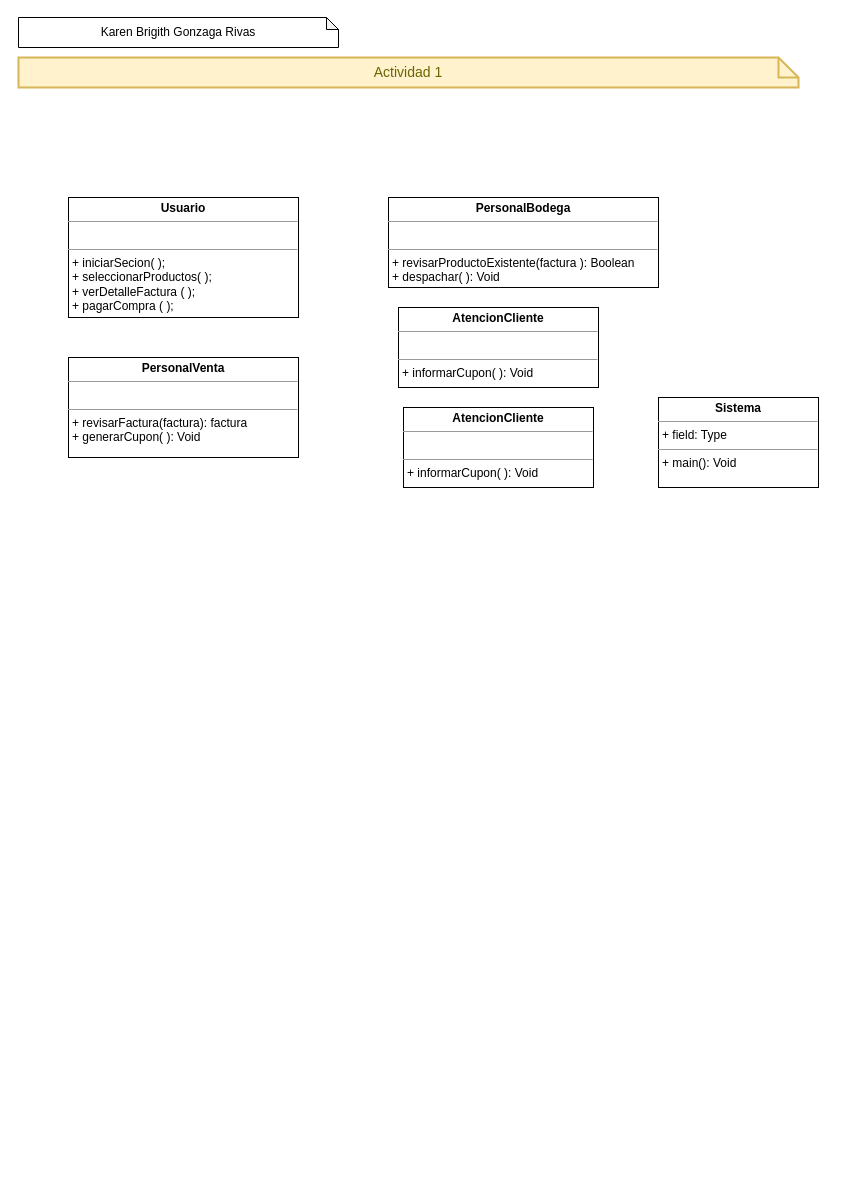
Before: CICLO 3/Diagrama de clases/EvaluacionPractica1/EvaluacionPractica1.drawio in KBGR55/DIAGRAMAS, a draw.io diagram. Source tidied: cells renumbered, new cells numbered last; positions are measured from the earlier drawing's top-left corner, leaving out a move shared by most shapes. Both pictures are drawn from the tidied source at 100%, with x=0, y=0 at pixel (18, 17).
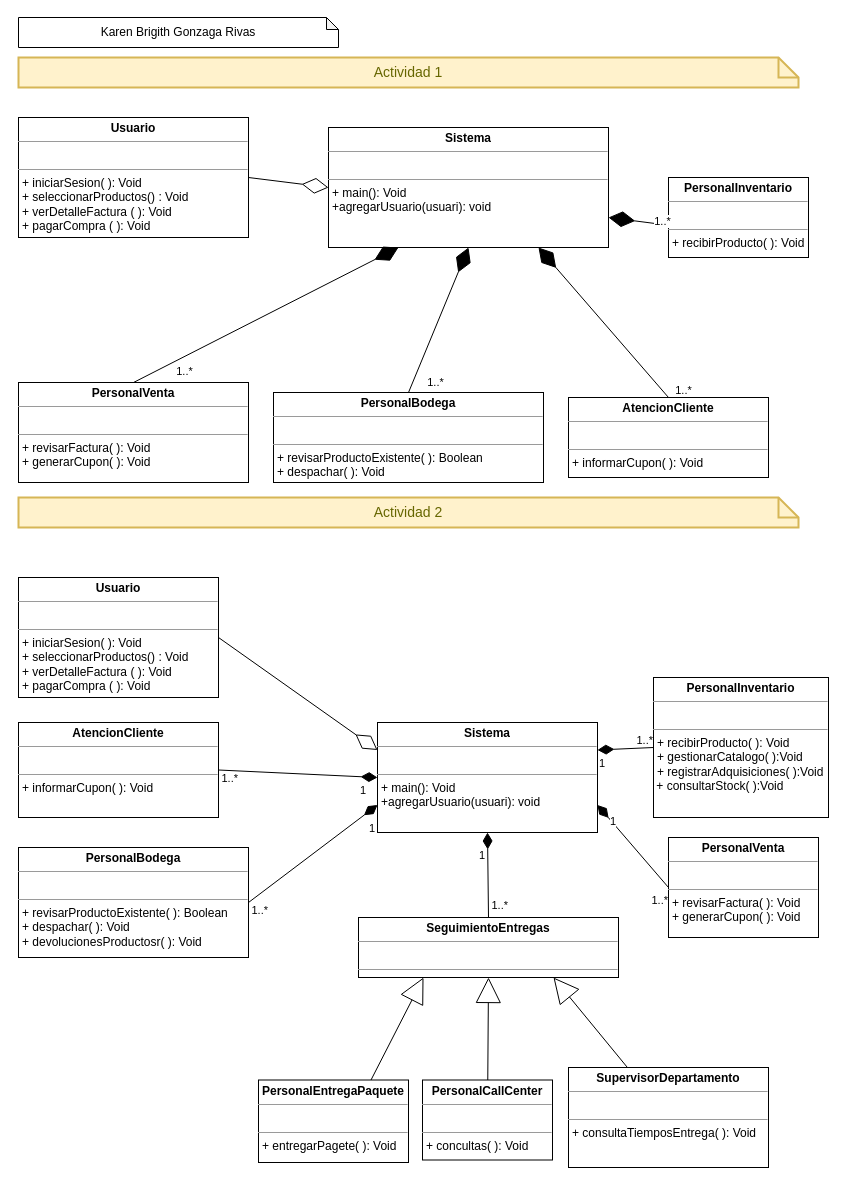
After the change.

The edit, as a diff of the source:
```diff
@@
-    <mxCell id="4" value="&lt;p style=&quot;margin:0px;margin-top:4px;text-align:center;&quot;&gt;&lt;b&gt;Usuario&lt;/b&gt;&lt;/p&gt;&lt;hr size=&quot;1&quot;&gt;&lt;p style=&quot;margin:0px;margin-left:4px;&quot;&gt;&lt;br&gt;&lt;/p&gt;&lt;hr size=&quot;1&quot;&gt;&lt;p style=&quot;margin:0px;margin-left:4px;&quot;&gt;+ iniciarSecion( );&lt;br&gt;+ seleccionarProductos( );&lt;/p&gt;&lt;p style=&quot;margin:0px;margin-left:4px;&quot;&gt;+ verDetalleFactura ( );&lt;/p&gt;&lt;p style=&quot;margin:0px;margin-left:4px;&quot;&gt;+ pagarCompra ( );&lt;/p&gt;&lt;p style=&quot;margin:0px;margin-left:4px;&quot;&gt;&lt;br&gt;&lt;/p&gt;" style="verticalAlign=top;align=left;overflow=fill;fontSize=12;fontFamily=Helvetica;html=1;" parent="1" vertex="1">
-      <mxGeometry x="50" y="180" width="230" height="120" as="geometry" />
+    <mxCell id="4" value="&lt;p style=&quot;margin:0px;margin-top:4px;text-align:center;&quot;&gt;&lt;b&gt;Usuario&lt;/b&gt;&lt;/p&gt;&lt;hr size=&quot;1&quot;&gt;&lt;p style=&quot;margin:0px;margin-left:4px;&quot;&gt;&lt;br&gt;&lt;/p&gt;&lt;hr size=&quot;1&quot;&gt;&lt;p style=&quot;margin:0px;margin-left:4px;&quot;&gt;+ iniciarSesion( ): Void&lt;br&gt;+ seleccionarProductos() : Void&lt;/p&gt;&lt;p style=&quot;margin:0px;margin-left:4px;&quot;&gt;&lt;/p&gt;&lt;p style=&quot;margin:0px;margin-left:4px;&quot;&gt;+ verDetalleFactura ( ): Void&lt;/p&gt;&lt;p style=&quot;margin:0px;margin-left:4px;&quot;&gt;+ pagarCompra ( ): Void&lt;/p&gt;" style="verticalAlign=top;align=left;overflow=fill;fontSize=12;fontFamily=Helvetica;html=1;" parent="1" vertex="1">
+      <mxGeometry y="100" width="230" height="120" as="geometry" />
     </mxCell>
-    <mxCell id="5" value="&lt;p style=&quot;margin:0px;margin-top:4px;text-align:center;&quot;&gt;&lt;b&gt;PersonalVenta&lt;/b&gt;&lt;/p&gt;&lt;hr size=&quot;1&quot;&gt;&lt;p style=&quot;margin:0px;margin-left:4px;&quot;&gt;&lt;br&gt;&lt;/p&gt;&lt;hr size=&quot;1&quot;&gt;&lt;p style=&quot;margin:0px;margin-left:4px;&quot;&gt;+ revisarFactura(factura): factura&lt;br&gt;+ generarCupon( ): Void&lt;/p&gt;" style="verticalAlign=top;align=left;overflow=fill;fontSize=12;fontFamily=Helvetica;html=1;" parent="1" vertex="1">
-      <mxGeometry x="50" y="340" width="230" height="100" as="geometry" />
+    <mxCell id="5" value="&lt;p style=&quot;margin:0px;margin-top:4px;text-align:center;&quot;&gt;&lt;b&gt;PersonalVenta&lt;/b&gt;&lt;/p&gt;&lt;hr size=&quot;1&quot;&gt;&lt;p style=&quot;margin:0px;margin-left:4px;&quot;&gt;&lt;br&gt;&lt;/p&gt;&lt;hr size=&quot;1&quot;&gt;&lt;p style=&quot;margin:0px;margin-left:4px;&quot;&gt;+ revisarFactura( ): Void&lt;br&gt;+ generarCupon( ): Void&lt;/p&gt;" style="verticalAlign=top;align=left;overflow=fill;fontSize=12;fontFamily=Helvetica;html=1;" parent="1" vertex="1">
+      <mxGeometry y="365" width="230" height="100" as="geometry" />
     </mxCell>
     <mxCell id="6" value="&lt;p style=&quot;margin:0px;margin-top:4px;text-align:center;&quot;&gt;&lt;b&gt;AtencionCliente&lt;/b&gt;&lt;/p&gt;&lt;hr size=&quot;1&quot;&gt;&lt;p style=&quot;margin:0px;margin-left:4px;&quot;&gt;&lt;br&gt;&lt;/p&gt;&lt;hr size=&quot;1&quot;&gt;&lt;p style=&quot;margin:0px;margin-left:4px;&quot;&gt;+ informarCupon( ): Void&lt;/p&gt;" style="verticalAlign=top;align=left;overflow=fill;fontSize=12;fontFamily=Helvetica;html=1;" parent="1" vertex="1">
-      <mxGeometry x="380" y="290" width="200" height="80" as="geometry" />
+      <mxGeometry x="550" y="380" width="200" height="80" as="geometry" />
     </mxCell>
-    <mxCell id="7" value="&lt;p style=&quot;margin:0px;margin-top:4px;text-align:center;&quot;&gt;&lt;b&gt;PersonalBodega&lt;/b&gt;&lt;/p&gt;&lt;hr size=&quot;1&quot;&gt;&lt;p style=&quot;margin:0px;margin-left:4px;&quot;&gt;&lt;br&gt;&lt;/p&gt;&lt;hr size=&quot;1&quot;&gt;&lt;p style=&quot;margin:0px;margin-left:4px;&quot;&gt;+ revisarProductoExistente(factura ): Boolean&lt;br&gt;&lt;/p&gt;&lt;p style=&quot;margin:0px;margin-left:4px;&quot;&gt;+ despachar( ): Void&lt;br&gt;&lt;/p&gt;" style="verticalAlign=top;align=left;overflow=fill;fontSize=12;fontFamily=Helvetica;html=1;" parent="1" vertex="1">
-      <mxGeometry x="370" y="180" width="270" height="90" as="geometry" />
+    <mxCell id="7" value="&lt;p style=&quot;margin:0px;margin-top:4px;text-align:center;&quot;&gt;&lt;b&gt;PersonalBodega&lt;/b&gt;&lt;/p&gt;&lt;hr size=&quot;1&quot;&gt;&lt;p style=&quot;margin:0px;margin-left:4px;&quot;&gt;&lt;br&gt;&lt;/p&gt;&lt;hr size=&quot;1&quot;&gt;&lt;p style=&quot;margin:0px;margin-left:4px;&quot;&gt;+ revisarProductoExistente( ): Boolean&lt;br&gt;&lt;/p&gt;&lt;p style=&quot;margin:0px;margin-left:4px;&quot;&gt;+ despachar( ): Void&lt;br&gt;&lt;/p&gt;" style="verticalAlign=top;align=left;overflow=fill;fontSize=12;fontFamily=Helvetica;html=1;" parent="1" vertex="1">
+      <mxGeometry x="255" y="375" width="270" height="90" as="geometry" />
     </mxCell>
-    <mxCell id="8" value="&lt;p style=&quot;margin:0px;margin-top:4px;text-align:center;&quot;&gt;&lt;b&gt;AtencionCliente&lt;/b&gt;&lt;/p&gt;&lt;hr size=&quot;1&quot;&gt;&lt;p style=&quot;margin:0px;margin-left:4px;&quot;&gt;&lt;br&gt;&lt;/p&gt;&lt;hr size=&quot;1&quot;&gt;&lt;p style=&quot;margin:0px;margin-left:4px;&quot;&gt;+ informarCupon( ): Void&lt;/p&gt;" style="verticalAlign=top;align=left;overflow=fill;fontSize=12;fontFamily=Helvetica;html=1;" parent="1" vertex="1">
-      <mxGeometry x="385" y="390" width="190" height="80" as="geometry" />
+    <mxCell id="8" value="&lt;p style=&quot;margin:0px;margin-top:4px;text-align:center;&quot;&gt;&lt;b&gt;PersonalInventario&lt;/b&gt;&lt;/p&gt;&lt;hr size=&quot;1&quot;&gt;&lt;p style=&quot;margin:0px;margin-left:4px;&quot;&gt;&lt;br&gt;&lt;/p&gt;&lt;hr size=&quot;1&quot;&gt;&lt;p style=&quot;margin:0px;margin-left:4px;&quot;&gt;+ recibirProducto( ): Void&lt;/p&gt;" style="verticalAlign=top;align=left;overflow=fill;fontSize=12;fontFamily=Helvetica;html=1;" parent="1" vertex="1">
+      <mxGeometry x="650" y="160" width="140" height="80" as="geometry" />
     </mxCell>
-    <mxCell id="9" value="&lt;p style=&quot;margin:0px;margin-top:4px;text-align:center;&quot;&gt;&lt;b&gt;Sistema&lt;/b&gt;&lt;/p&gt;&lt;hr size=&quot;1&quot;&gt;&lt;p style=&quot;margin:0px;margin-left:4px;&quot;&gt;+ field: Type&lt;/p&gt;&lt;hr size=&quot;1&quot;&gt;&lt;p style=&quot;margin:0px;margin-left:4px;&quot;&gt;+ main(): Void&lt;/p&gt;" style="verticalAlign=top;align=left;overflow=fill;fontSize=12;fontFamily=Helvetica;html=1;" parent="1" vertex="1">
-      <mxGeometry x="640" y="380" width="160" height="90" as="geometry" />
+    <mxCell id="9" value="&lt;p style=&quot;margin:0px;margin-top:4px;text-align:center;&quot;&gt;&lt;b&gt;Sistema&lt;/b&gt;&lt;/p&gt;&lt;hr size=&quot;1&quot;&gt;&lt;p style=&quot;margin:0px;margin-left:4px;&quot;&gt;&lt;br&gt;&lt;/p&gt;&lt;hr size=&quot;1&quot;&gt;&lt;p style=&quot;margin:0px;margin-left:4px;&quot;&gt;&lt;span style=&quot;background-color: initial;&quot;&gt;+ main(): Void&lt;/span&gt;&lt;br&gt;&lt;/p&gt;&lt;p style=&quot;margin:0px;margin-left:4px;&quot;&gt;&lt;span style=&quot;background-color: initial;&quot;&gt;+agregarUsuario(usuari): void&lt;/span&gt;&lt;/p&gt;" style="verticalAlign=top;align=left;overflow=fill;fontSize=12;fontFamily=Helvetica;html=1;" parent="1" vertex="1">
+      <mxGeometry x="310" y="110" width="280" height="120" as="geometry" />
     </mxCell>
+    <mxCell id="10" style="endArrow=diamondThin;endFill=0;endSize=24;html=1;rounded=0;exitX=1;exitY=0.5;exitDx=0;exitDy=0;fontStyle=1;entryX=0;entryY=0.5;entryDx=0;entryDy=0;" parent="1" edge="1" source="4" target="9">
+      <mxGeometry relative="1" as="geometry" />
+    </mxCell>
+    <mxCell id="11" style="endArrow=diamondThin;endFill=1;endSize=24;html=1;rounded=0;exitX=0.5;exitY=0;exitDx=0;exitDy=0;entryX=0.25;entryY=1;entryDx=0;entryDy=0;" parent="1" edge="1" source="5" target="9">
+      <mxGeometry relative="1" as="geometry" />
+    </mxCell>
+    <mxCell id="12" value="1..*" style="edgeLabel;html=1;align=center;verticalAlign=middle;" parent="11" vertex="1">
+      <mxGeometry x="-0.31" y="-4" relative="1" as="geometry">
+        <mxPoint x="-43" y="32" as="offset" />
+      </mxGeometry>
+    </mxCell>
+    <mxCell id="13" style="endArrow=diamondThin;endFill=1;endSize=24;html=1;rounded=0;exitX=0.5;exitY=0;exitDx=0;exitDy=0;entryX=0.5;entryY=1;entryDx=0;entryDy=0;" parent="1" edge="1" source="7" target="9">
+      <mxGeometry relative="1" as="geometry" />
+    </mxCell>
+    <mxCell id="14" value="1..*" style="edgeLabel;html=1;align=center;verticalAlign=middle;" parent="13" vertex="1">
+      <mxGeometry x="-0.57" y="-2" relative="1" as="geometry">
+        <mxPoint x="12" y="20" as="offset" />
+      </mxGeometry>
+    </mxCell>
+    <mxCell id="15" style="endArrow=diamondThin;endFill=1;endSize=24;html=1;rounded=0;exitX=0.5;exitY=0;exitDx=0;exitDy=0;entryX=0.75;entryY=1;entryDx=0;entryDy=0;" parent="1" edge="1" source="6" target="9">
+      <mxGeometry relative="1" as="geometry" />
+    </mxCell>
+    <mxCell id="16" value="1..*" style="edgeLabel;html=1;align=center;verticalAlign=middle;" parent="15" vertex="1">
+      <mxGeometry x="-0.54" y="7" relative="1" as="geometry">
+        <mxPoint x="50" y="23" as="offset" />
+      </mxGeometry>
+    </mxCell>
+    <mxCell id="17" style="endArrow=diamondThin;endFill=1;endSize=24;html=1;rounded=0;exitX=-0.016;exitY=0.593;exitDx=0;exitDy=0;entryX=1;entryY=0.75;entryDx=0;entryDy=0;exitPerimeter=0;" parent="1" edge="1" source="8" target="9">
+      <mxGeometry relative="1" as="geometry" />
+    </mxCell>
+    <mxCell id="18" value="1..*" style="edgeLabel;html=1;align=center;verticalAlign=middle;" parent="17" vertex="1">
+      <mxGeometry x="0.36" y="5" relative="1" as="geometry">
+        <mxPoint x="36" y="-4" as="offset" />
+      </mxGeometry>
+    </mxCell>
+    <mxCell id="19" value="Actividad 2" style="shape=note;strokeWidth=2;fontSize=14;size=20;whiteSpace=wrap;html=1;fillColor=#fff2cc;strokeColor=#d6b656;fontColor=#666600;" parent="1" vertex="1">
+      <mxGeometry y="480" width="780" height="30" as="geometry" />
+    </mxCell>
+    <mxCell id="20" value="&lt;p style=&quot;margin:0px;margin-top:4px;text-align:center;&quot;&gt;&lt;b&gt;PersonalInventario&lt;/b&gt;&lt;/p&gt;&lt;hr size=&quot;1&quot;&gt;&lt;p style=&quot;margin:0px;margin-left:4px;&quot;&gt;&lt;br&gt;&lt;/p&gt;&lt;hr size=&quot;1&quot;&gt;&lt;p style=&quot;margin:0px;margin-left:4px;&quot;&gt;+ recibirProducto( ): Void&lt;/p&gt;&lt;p style=&quot;margin:0px;margin-left:4px;&quot;&gt;+ gestionarCatalogo( ):Void&lt;/p&gt;&lt;p style=&quot;margin:0px;margin-left:4px;&quot;&gt;+ registrarAdquisiciones( ):Void&lt;/p&gt;&lt;span&gt;&amp;nbsp;+ consultarStock( ):Void&lt;/span&gt;" style="verticalAlign=top;align=left;overflow=fill;fontSize=12;fontFamily=Helvetica;html=1;" parent="1" vertex="1">
+      <mxGeometry x="635" y="660" width="175" height="140" as="geometry" />
+    </mxCell>
+    <mxCell id="21" value="&lt;p style=&quot;margin:0px;margin-top:4px;text-align:center;&quot;&gt;&lt;b&gt;PersonalBodega&lt;/b&gt;&lt;/p&gt;&lt;hr size=&quot;1&quot;&gt;&lt;p style=&quot;margin:0px;margin-left:4px;&quot;&gt;&lt;br&gt;&lt;/p&gt;&lt;hr size=&quot;1&quot;&gt;&lt;p style=&quot;margin:0px;margin-left:4px;&quot;&gt;+ revisarProductoExistente( ): Boolean&lt;br&gt;&lt;/p&gt;&lt;p style=&quot;margin:0px;margin-left:4px;&quot;&gt;+ despachar( ): Void&lt;br&gt;&lt;/p&gt;&lt;p style=&quot;margin:0px;margin-left:4px;&quot;&gt;+ devolucionesProductosr( ): Void&lt;br&gt;&lt;/p&gt;" style="verticalAlign=top;align=left;overflow=fill;fontSize=12;fontFamily=Helvetica;html=1;" parent="1" vertex="1">
+      <mxGeometry y="830" width="230" height="110" as="geometry" />
+    </mxCell>
+    <mxCell id="22" value="&lt;p style=&quot;margin:0px;margin-top:4px;text-align:center;&quot;&gt;&lt;b&gt;PersonalCallCenter&lt;/b&gt;&lt;/p&gt;&lt;hr size=&quot;1&quot;&gt;&lt;p style=&quot;margin:0px;margin-left:4px;&quot;&gt;&lt;br&gt;&lt;/p&gt;&lt;hr size=&quot;1&quot;&gt;&lt;p style=&quot;margin:0px;margin-left:4px;&quot;&gt;+ concultas( ): Void&lt;br&gt;&lt;/p&gt;" style="verticalAlign=top;align=left;overflow=fill;fontSize=12;fontFamily=Helvetica;html=1;" parent="1" vertex="1">
+      <mxGeometry x="404" y="1062.5" width="130" height="80" as="geometry" />
+    </mxCell>
+    <mxCell id="23" style="edgeStyle=none;rounded=0;jettySize=auto;html=1;endArrow=block;endFill=0;startSize=16;endSize=23;strokeWidth=1;exitX=0.75;exitY=0;exitDx=0;exitDy=0;entryX=0.25;entryY=1;entryDx=0;entryDy=0;" parent="1" edge="1" source="24" target="32">
+      <mxGeometry relative="1" as="geometry" />
+    </mxCell>
+    <mxCell id="24" value="&lt;p style=&quot;margin:0px;margin-top:4px;text-align:center;&quot;&gt;&lt;b&gt;PersonalEntregaPaquete&lt;/b&gt;&lt;/p&gt;&lt;hr size=&quot;1&quot;&gt;&lt;p style=&quot;margin:0px;margin-left:4px;&quot;&gt;&lt;br&gt;&lt;/p&gt;&lt;hr size=&quot;1&quot;&gt;&lt;p style=&quot;margin:0px;margin-left:4px;&quot;&gt;+ entregarPagete( ): Void&lt;/p&gt;" style="verticalAlign=top;align=left;overflow=fill;fontSize=12;fontFamily=Helvetica;html=1;" parent="1" vertex="1">
+      <mxGeometry x="240" y="1062.5" width="150" height="82.5" as="geometry" />
+    </mxCell>
+    <mxCell id="25" style="edgeStyle=none;rounded=0;jettySize=auto;html=1;endArrow=block;endFill=0;startSize=16;endSize=23;strokeWidth=1;entryX=0.75;entryY=1;entryDx=0;entryDy=0;" parent="1" edge="1" source="26" target="32">
+      <mxGeometry relative="1" as="geometry" />
+    </mxCell>
+    <mxCell id="26" value="&lt;p style=&quot;margin:0px;margin-top:4px;text-align:center;&quot;&gt;&lt;b&gt;SupervisorDepartamento&lt;/b&gt;&lt;/p&gt;&lt;hr size=&quot;1&quot;&gt;&lt;p style=&quot;margin:0px;margin-left:4px;&quot;&gt;&lt;br&gt;&lt;/p&gt;&lt;hr size=&quot;1&quot;&gt;&lt;p style=&quot;margin:0px;margin-left:4px;&quot;&gt;+ consultaTiemposEntrega( ): Void&lt;br&gt;&lt;/p&gt;" style="verticalAlign=top;align=left;overflow=fill;fontSize=12;fontFamily=Helvetica;html=1;" parent="1" vertex="1">
+      <mxGeometry x="550" y="1050" width="200" height="100" as="geometry" />
+    </mxCell>
+    <mxCell id="27" value="&lt;p style=&quot;margin:0px;margin-top:4px;text-align:center;&quot;&gt;&lt;b&gt;Usuario&lt;/b&gt;&lt;/p&gt;&lt;hr size=&quot;1&quot;&gt;&lt;p style=&quot;margin:0px;margin-left:4px;&quot;&gt;&lt;br&gt;&lt;/p&gt;&lt;hr size=&quot;1&quot;&gt;&lt;p style=&quot;margin:0px;margin-left:4px;&quot;&gt;+ iniciarSesion( ): Void&lt;br&gt;+ seleccionarProductos() : Void&lt;/p&gt;&lt;p style=&quot;margin:0px;margin-left:4px;&quot;&gt;&lt;/p&gt;&lt;p style=&quot;margin:0px;margin-left:4px;&quot;&gt;+ verDetalleFactura ( ): Void&lt;/p&gt;&lt;p style=&quot;margin:0px;margin-left:4px;&quot;&gt;+ pagarCompra ( ): Void&lt;/p&gt;" style="verticalAlign=top;align=left;overflow=fill;fontSize=12;fontFamily=Helvetica;html=1;" parent="1" vertex="1">
+      <mxGeometry y="560" width="200" height="120" as="geometry" />
+    </mxCell>
+    <mxCell id="28" value="&lt;p style=&quot;margin:0px;margin-top:4px;text-align:center;&quot;&gt;&lt;b&gt;Sistema&lt;/b&gt;&lt;/p&gt;&lt;hr size=&quot;1&quot;&gt;&lt;p style=&quot;margin:0px;margin-left:4px;&quot;&gt;&lt;br&gt;&lt;/p&gt;&lt;hr size=&quot;1&quot;&gt;&lt;p style=&quot;margin:0px;margin-left:4px;&quot;&gt;&lt;span style=&quot;background-color: initial;&quot;&gt;+ main(): Void&lt;/span&gt;&lt;br&gt;&lt;/p&gt;&lt;p style=&quot;margin:0px;margin-left:4px;&quot;&gt;&lt;span style=&quot;background-color: initial;&quot;&gt;+agregarUsuario(usuari): void&lt;/span&gt;&lt;/p&gt;" style="verticalAlign=top;align=left;overflow=fill;fontSize=12;fontFamily=Helvetica;html=1;" parent="1" vertex="1">
+      <mxGeometry x="359" y="705" width="220" height="110" as="geometry" />
+    </mxCell>
+    <mxCell id="29" style="endArrow=diamondThin;endFill=0;endSize=24;html=1;rounded=0;exitX=1;exitY=0.5;exitDx=0;exitDy=0;fontStyle=1;entryX=0;entryY=0.25;entryDx=0;entryDy=0;" parent="1" edge="1" source="27" target="28">
+      <mxGeometry relative="1" as="geometry" />
+    </mxCell>
+    <mxCell id="30" value="&lt;p style=&quot;margin:0px;margin-top:4px;text-align:center;&quot;&gt;&lt;b&gt;AtencionCliente&lt;/b&gt;&lt;/p&gt;&lt;hr size=&quot;1&quot;&gt;&lt;p style=&quot;margin:0px;margin-left:4px;&quot;&gt;&lt;br&gt;&lt;/p&gt;&lt;hr size=&quot;1&quot;&gt;&lt;p style=&quot;margin:0px;margin-left:4px;&quot;&gt;+ informarCupon( ): Void&lt;/p&gt;" style="verticalAlign=top;align=left;overflow=fill;fontSize=12;fontFamily=Helvetica;html=1;" parent="1" vertex="1">
+      <mxGeometry y="705" width="200" height="95" as="geometry" />
+    </mxCell>
+    <mxCell id="31" value="&lt;p style=&quot;margin:0px;margin-top:4px;text-align:center;&quot;&gt;&lt;b&gt;PersonalVenta&lt;/b&gt;&lt;/p&gt;&lt;hr size=&quot;1&quot;&gt;&lt;p style=&quot;margin:0px;margin-left:4px;&quot;&gt;&lt;br&gt;&lt;/p&gt;&lt;hr size=&quot;1&quot;&gt;&lt;p style=&quot;margin:0px;margin-left:4px;&quot;&gt;+ revisarFactura( ): Void&lt;br&gt;+ generarCupon( ): Void&lt;/p&gt;" style="verticalAlign=top;align=left;overflow=fill;fontSize=12;fontFamily=Helvetica;html=1;" parent="1" vertex="1">
+      <mxGeometry x="650" y="820" width="150" height="100" as="geometry" />
+    </mxCell>
+    <mxCell id="32" value="&lt;p style=&quot;margin:0px;margin-top:4px;text-align:center;&quot;&gt;&lt;b&gt;SeguimientoEntregas&lt;/b&gt;&lt;/p&gt;&lt;hr size=&quot;1&quot;&gt;&lt;p style=&quot;margin:0px;margin-left:4px;&quot;&gt;&lt;br&gt;&lt;/p&gt;&lt;hr size=&quot;1&quot;&gt;&lt;p style=&quot;margin:0px;margin-left:4px;&quot;&gt;&lt;br&gt;&lt;/p&gt;" style="verticalAlign=top;align=left;overflow=fill;fontSize=12;fontFamily=Helvetica;html=1;" parent="1" vertex="1">
+      <mxGeometry x="340" y="900" width="260" height="60" as="geometry" />
+    </mxCell>
+    <mxCell id="33" style="edgeStyle=none;rounded=0;jettySize=auto;html=1;endArrow=block;endFill=0;startSize=16;endSize=23;strokeWidth=1;entryX=0.5;entryY=1;entryDx=0;entryDy=0;" parent="1" edge="1" source="22" target="32">
+      <mxGeometry relative="1" as="geometry" />
+    </mxCell>
+    <mxCell id="34" style="endArrow=none;html=1;endSize=12;startArrow=diamondThin;startSize=14;startFill=1;rounded=0;strokeWidth=1;entryX=0;entryY=0.5;entryDx=0;entryDy=0;exitX=1;exitY=0.25;exitDx=0;exitDy=0;endFill=0;" parent="1" edge="1" source="28" target="20">
+      <mxGeometry relative="1" as="geometry" />
+    </mxCell>
+    <mxCell id="35" value="1" style="edgeLabel;html=1;align=left;verticalAlign=top;" parent="34" vertex="1">
+      <mxGeometry x="-1" relative="1" as="geometry" />
+    </mxCell>
+    <mxCell id="36" value="1..*" style="edgeLabel;html=1;align=right;verticalAlign=top;" parent="34" vertex="1">
+      <mxGeometry x="1" relative="1" as="geometry">
+        <mxPoint y="-20" as="offset" />
+      </mxGeometry>
+    </mxCell>
+    <mxCell id="37" style="endArrow=none;html=1;endSize=12;startArrow=diamondThin;startSize=14;startFill=1;rounded=0;strokeWidth=1;entryX=0;entryY=0.5;entryDx=0;entryDy=0;exitX=1;exitY=0.75;exitDx=0;exitDy=0;endFill=0;" parent="1" edge="1" source="28" target="31">
+      <mxGeometry relative="1" as="geometry" />
+    </mxCell>
+    <mxCell id="38" value="1" style="edgeLabel;html=1;align=left;verticalAlign=top;" parent="37" vertex="1">
+      <mxGeometry x="-1" relative="1" as="geometry">
+        <mxPoint x="11" y="3" as="offset" />
+      </mxGeometry>
+    </mxCell>
+    <mxCell id="39" value="1..*" style="edgeLabel;html=1;align=right;verticalAlign=top;" parent="37" vertex="1">
+      <mxGeometry x="1" relative="1" as="geometry" />
+    </mxCell>
+    <mxCell id="40" style="endArrow=none;html=1;endSize=12;startArrow=diamondThin;startSize=14;startFill=1;rounded=0;strokeWidth=1;endFill=0;entryX=1;entryY=0.5;entryDx=0;entryDy=0;exitX=0;exitY=0.75;exitDx=0;exitDy=0;" parent="1" edge="1" source="28" target="21">
+      <mxGeometry relative="1" as="geometry" />
+    </mxCell>
+    <mxCell id="41" value="1" style="edgeLabel;html=1;align=left;verticalAlign=top;" parent="40" vertex="1">
+      <mxGeometry x="-1" relative="1" as="geometry">
+        <mxPoint x="-10" y="10" as="offset" />
+      </mxGeometry>
+    </mxCell>
+    <mxCell id="42" value="1..*" style="edgeLabel;html=1;align=right;verticalAlign=top;" parent="40" vertex="1">
+      <mxGeometry x="1" relative="1" as="geometry">
+        <mxPoint x="20" y="-5" as="offset" />
+      </mxGeometry>
+    </mxCell>
+    <mxCell id="43" style="endArrow=none;html=1;endSize=12;startArrow=diamondThin;startSize=14;startFill=1;rounded=0;strokeWidth=1;endFill=0;entryX=1;entryY=0.5;entryDx=0;entryDy=0;exitX=0;exitY=0.5;exitDx=0;exitDy=0;" parent="1" edge="1" source="28" target="30">
+      <mxGeometry relative="1" as="geometry" />
+    </mxCell>
+    <mxCell id="44" value="1" style="edgeLabel;html=1;align=left;verticalAlign=top;" parent="43" vertex="1">
+      <mxGeometry x="-1" relative="1" as="geometry">
+        <mxPoint x="-19" as="offset" />
+      </mxGeometry>
+    </mxCell>
+    <mxCell id="45" value="1..*" style="edgeLabel;html=1;align=right;verticalAlign=top;" parent="43" vertex="1">
+      <mxGeometry x="1" relative="1" as="geometry">
+        <mxPoint x="20" y="-5" as="offset" />
+      </mxGeometry>
+    </mxCell>
+    <mxCell id="46" style="endArrow=none;html=1;endSize=12;startArrow=diamondThin;startSize=14;startFill=1;rounded=0;strokeWidth=1;endFill=0;entryX=0.5;entryY=0;entryDx=0;entryDy=0;exitX=0.5;exitY=1;exitDx=0;exitDy=0;" parent="1" edge="1" source="28" target="32">
+      <mxGeometry relative="1" as="geometry" />
+    </mxCell>
+    <mxCell id="47" value="1" style="edgeLabel;html=1;align=left;verticalAlign=top;" parent="46" vertex="1">
+      <mxGeometry x="-1" relative="1" as="geometry">
+        <mxPoint x="-10" y="10" as="offset" />
+      </mxGeometry>
+    </mxCell>
+    <mxCell id="48" value="1..*" style="edgeLabel;html=1;align=right;verticalAlign=top;" parent="46" vertex="1">
+      <mxGeometry x="1" relative="1" as="geometry">
+        <mxPoint x="20" y="-25" as="offset" />
+      </mxGeometry>
+    </mxCell>
```
